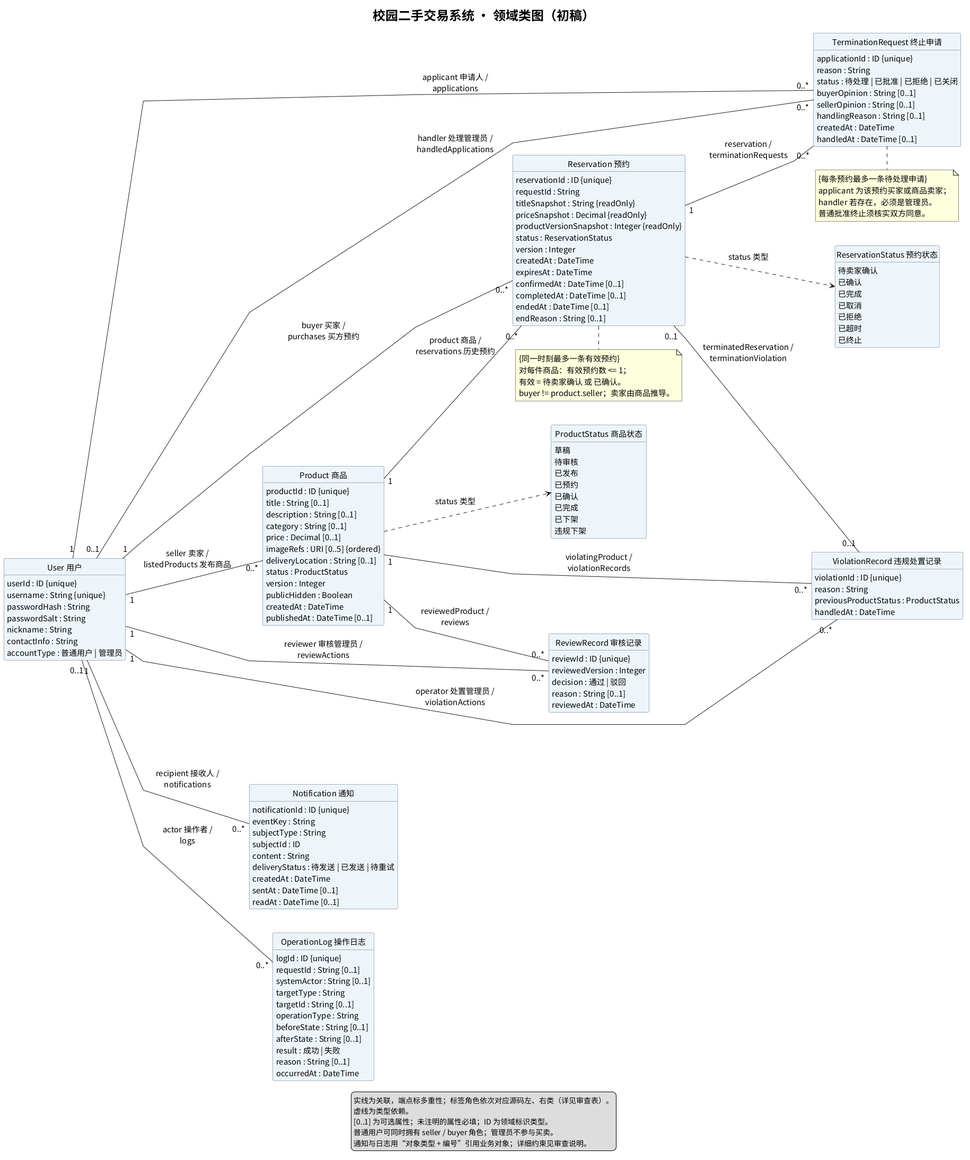
Before: UML/类图.png, a diagram exported from PlantUML (Fracwtx/se-lab2). Source of this version:
```plantuml
@startuml
skinparam defaultFontName Noto Sans CJK SC
skinparam defaultFontSize 15
skinparam titleFontSize 24
skinparam shadowing false
skinparam classAttributeIconSize 0
skinparam linetype polyline
skinparam minClassWidth 180
skinparam nodesep 45
skinparam ranksep 65
skinparam classBackgroundColor #EEF5FA
skinparam classBorderColor #486581
hide methods
hide circle
left to right direction
title 校园二手交易系统 · 领域类图（初稿）

class "User 用户" as User {
 userId : ID {unique}
 username : String {unique}
 passwordHash : String
 passwordSalt : String
 nickname : String
 contactInfo : String
 accountType : 普通用户 | 管理员
}
class "Product 商品" as Product {
 productId : ID {unique}
 title : String [0..1]
 description : String [0..1]
 category : String [0..1]
 price : Decimal [0..1]
 imageRefs : URI [0..5] {ordered}
 deliveryLocation : String [0..1]
 status : ProductStatus
 version : Integer
 publicHidden : Boolean
 createdAt : DateTime
 publishedAt : DateTime [0..1]
}
class "Reservation 预约" as Reservation {
 reservationId : ID {unique}
 requestId : String
 titleSnapshot : String {readOnly}
 priceSnapshot : Decimal {readOnly}
 productVersionSnapshot : Integer {readOnly}
 status : ReservationStatus
 version : Integer
 createdAt : DateTime
 expiresAt : DateTime
 confirmedAt : DateTime [0..1]
 completedAt : DateTime [0..1]
 endedAt : DateTime [0..1]
 endReason : String [0..1]
}
class "ReviewRecord 审核记录" as ReviewRecord {
 reviewId : ID {unique}
 reviewedVersion : Integer
 decision : 通过 | 驳回
 reason : String [0..1]
 reviewedAt : DateTime
}
class "TerminationRequest 终止申请" as TerminationRequest {
 applicationId : ID {unique}
 reason : String
 status : 待处理 | 已批准 | 已拒绝 | 已关闭
 buyerOpinion : String [0..1]
 sellerOpinion : String [0..1]
 handlingReason : String [0..1]
 createdAt : DateTime
 handledAt : DateTime [0..1]
}
class "ViolationRecord 违规处置记录" as ViolationRecord {
 violationId : ID {unique}
 reason : String
 previousProductStatus : ProductStatus
 handledAt : DateTime
}
class "Notification 通知" as Notification {
 notificationId : ID {unique}
 eventKey : String
 subjectType : String
 subjectId : ID
 content : String
 deliveryStatus : 待发送 | 已发送 | 待重试
 createdAt : DateTime
 sentAt : DateTime [0..1]
 readAt : DateTime [0..1]
}
class "OperationLog 操作日志" as OperationLog {
 logId : ID {unique}
 requestId : String [0..1]
 systemActor : String [0..1]
 targetType : String
 targetId : String [0..1]
 operationType : String
 beforeState : String [0..1]
 afterState : String [0..1]
 result : 成功 | 失败
 reason : String [0..1]
 occurredAt : DateTime
}
enum "ProductStatus 商品状态" as ProductStatus {
 草稿
 待审核
 已发布
 已预约
 已确认
 已完成
 已下架
 违规下架
}
enum "ReservationStatus 预约状态" as ReservationStatus {
 待卖家确认
 已确认
 已完成
 已取消
 已拒绝
 已超时
 已终止
}

User "1" -- "0..*" Product : seller 卖家 /\nlistedProducts 发布商品
User "1" -- "0..*" Reservation : buyer 买家 /\npurchases 买方预约
Product "1" -- "0..*" Reservation : product 商品 /\nreservations 历史预约
Product "1" -- "0..*" ReviewRecord : reviewedProduct /\nreviews
User "1" -- "0..*" ReviewRecord : reviewer 审核管理员 /\nreviewActions
Reservation "1" -- "0..*" TerminationRequest : reservation /\nterminationRequests
User "1" -- "0..*" TerminationRequest : applicant 申请人 /\napplications
User "0..1" -- "0..*" TerminationRequest : handler 处理管理员 /\nhandledApplications
Product "1" -- "0..*" ViolationRecord : violatingProduct /\nviolationRecords
User "1" -- "0..*" ViolationRecord : operator 处置管理员 /\nviolationActions
Reservation "0..1" -- "0..1" ViolationRecord : terminatedReservation /\nterminationViolation
User "1" -- "0..*" Notification : recipient 接收人 /\nnotifications
User "0..1" -- "0..*" OperationLog : actor 操作者 /\nlogs
Product ..> ProductStatus : status 类型
Reservation ..> ReservationStatus : status 类型

note bottom of Reservation
 {同一时刻最多一条有效预约}
 对每件商品：有效预约数 <= 1；
 有效 = 待卖家确认 或 已确认。
 buyer != product.seller；卖家由商品推导。
end note
note bottom of TerminationRequest
 {每条预约最多一条待处理申请}
 applicant 为该预约买家或商品卖家；
 handler 若存在，必须是管理员。
 普通批准终止须核实双方同意。
end note
legend bottom
  实线为关联，端点标多重性；标签角色依次对应源码左、右类（详见审查表）。
  虚线为类型依赖。
  [0..1] 为可选属性；未注明的属性必填；ID 为领域标识类型。
  普通用户可同时拥有 seller / buyer 角色；管理员不参与买卖。
  通知与日志用“对象类型 + 编号”引用业务对象；详细约束见审查说明。
endlegend
@enduml
```
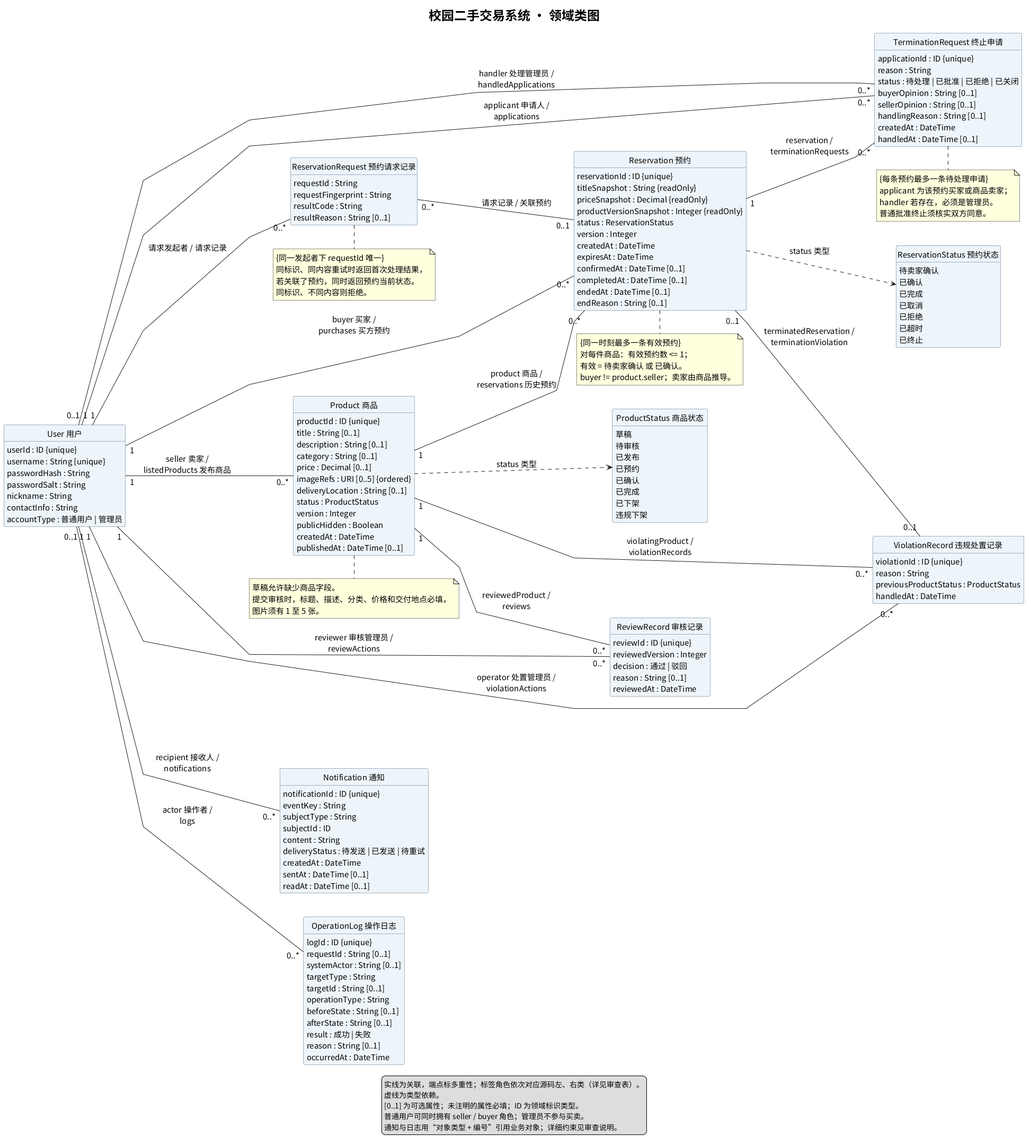
The same file after the commit.

Commit message:
补充商品送审条件和预约请求记录

Change to the diagram source:
```diff
@@ -13,7 +13,7 @@
 hide methods
 hide circle
 left to right direction
-title 校园二手交易系统 · 领域类图（初稿）
+title 校园二手交易系统 · 领域类图
 
 class "User 用户" as User {
  userId : ID {unique}
@@ -40,7 +40,6 @@
 }
 class "Reservation 预约" as Reservation {
  reservationId : ID {unique}
- requestId : String
  titleSnapshot : String {readOnly}
  priceSnapshot : Decimal {readOnly}
  productVersionSnapshot : Integer {readOnly}
@@ -52,6 +51,12 @@
  completedAt : DateTime [0..1]
  endedAt : DateTime [0..1]
  endReason : String [0..1]
+}
+class "ReservationRequest 预约请求记录" as ReservationRequest {
+ requestId : String
+ requestFingerprint : String
+ resultCode : String
+ resultReason : String [0..1]
 }
 class "ReviewRecord 审核记录" as ReviewRecord {
  reviewId : ID {unique}
@@ -133,9 +138,16 @@
 Reservation "0..1" -- "0..1" ViolationRecord : terminatedReservation /\nterminationViolation
 User "1" -- "0..*" Notification : recipient 接收人 /\nnotifications
 User "0..1" -- "0..*" OperationLog : actor 操作者 /\nlogs
+User "1" -- "0..*" ReservationRequest : 请求发起者 / 请求记录
+ReservationRequest "0..*" -- "0..1" Reservation : 请求记录 / 关联预约
 Product ..> ProductStatus : status 类型
 Reservation ..> ReservationStatus : status 类型
 
+note bottom of Product
+  草稿允许缺少商品字段。
+  提交审核时，标题、描述、分类、价格和交付地点必填，
+  图片须有 1 至 5 张。
+end note
 note bottom of Reservation
  {同一时刻最多一条有效预约}
  对每件商品：有效预约数 <= 1；
@@ -148,6 +160,12 @@
  handler 若存在，必须是管理员。
  普通批准终止须核实双方同意。
 end note
+note bottom of ReservationRequest
+  {同一发起者下 requestId 唯一}
+  同标识、同内容重试时返回首次处理结果，
+  若关联了预约，同时返回预约当前状态。
+  同标识、不同内容则拒绝。
+end note
 legend bottom
   实线为关联，端点标多重性；标签角色依次对应源码左、右类（详见审查表）。
   虚线为类型依赖。
```
